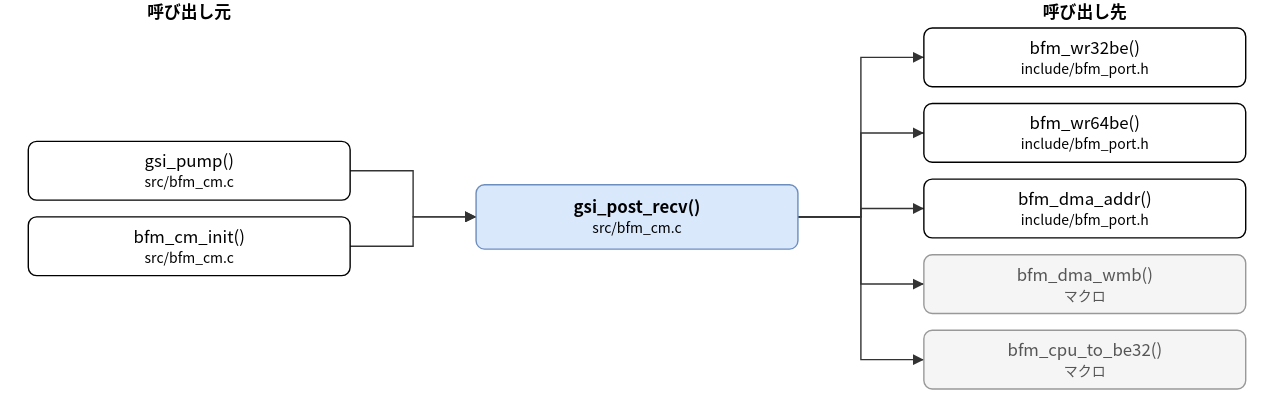
Earlier version of the draw.io export doc/spec/images/call_src_bfm_cm-gsi_post_recv.drawio.svg (hf355051012-ai/bfmem). Source tidied: cells renumbered, new cells last; positions are measured from the earlier drawing's top-left corner, leaving out a move shared by most shapes.
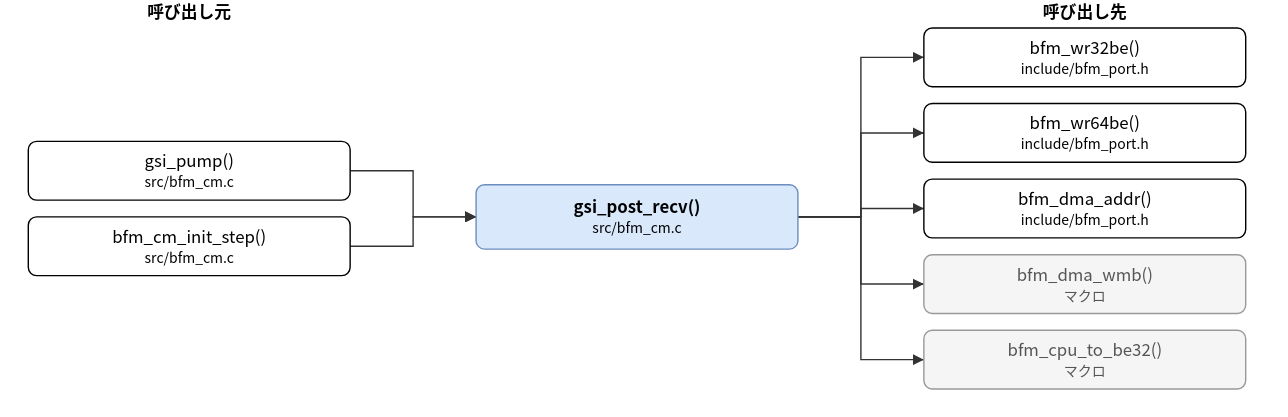
The same file after the commit.

The edit, as a diff of the source:
```diff
@@ -8,7 +8,7 @@
     <mxCell id="3" value="gsi_pump()&lt;br&gt;&lt;font style=&quot;font-size:10px&quot;&gt;src/bfm_cm.c&lt;/font&gt;" style="rounded=1;whiteSpace=wrap;html=1;" parent="1" vertex="1">
       <mxGeometry y="101" width="230" height="42" as="geometry" />
     </mxCell>
-    <mxCell id="4" value="bfm_cm_init()&lt;br&gt;&lt;font style=&quot;font-size:10px&quot;&gt;src/bfm_cm.c&lt;/font&gt;" style="rounded=1;whiteSpace=wrap;html=1;" parent="1" vertex="1">
+    <mxCell id="4" value="bfm_cm_init_step()&lt;br&gt;&lt;font style=&quot;font-size:10px&quot;&gt;src/bfm_cm.c&lt;/font&gt;" style="rounded=1;whiteSpace=wrap;html=1;" parent="1" vertex="1">
       <mxGeometry y="155" width="230" height="42" as="geometry" />
     </mxCell>
     <mxCell id="5" value="bfm_wr32be()&lt;br&gt;&lt;font style=&quot;font-size:10px&quot;&gt;include/bfm_port.h&lt;/font&gt;" style="rounded=1;whiteSpace=wrap;html=1;" parent="1" vertex="1">
```
